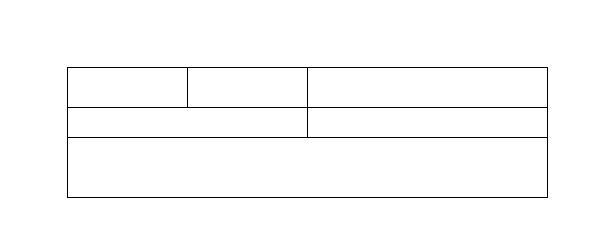
Earlier version of the draw.io diagram 通信报文格式.drawio (PATORITU/PATORITU). Source tidied: cells renumbered, new cells numbered last; positions are measured from the earlier drawing's top-left corner, leaving out a move shared by most shapes. Both pictures are drawn from the tidied source at 100%, with x=0, y=0 at pixel (67, 67).
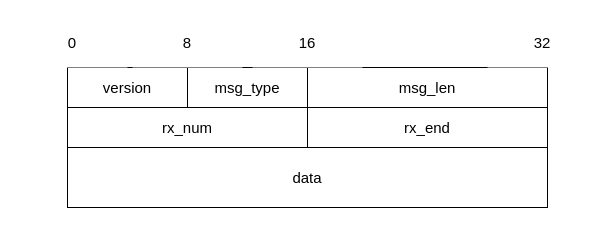
After the change.

Commit message (it also covers changes not shown here):
更新通信报文格式.drawio

The edit, as a diff of the source:
```diff
@@
 <mxGraphModel>
   <root>
     <mxCell id="0" />
     <mxCell id="1" parent="0" />
-    <mxCell id="2" style="rounded=0;whiteSpace=wrap;html=1;" parent="1" vertex="1">
+    <mxCell id="2" value="&lt;font style=&quot;font-size: 15px;&quot;&gt;version&lt;/font&gt;" style="rounded=0;whiteSpace=wrap;html=1;" parent="1" vertex="1">
       <mxGeometry width="120" height="40" as="geometry" />
     </mxCell>
-    <mxCell id="3" style="rounded=0;whiteSpace=wrap;html=1;" parent="1" vertex="1">
+    <mxCell id="3" value="&lt;font style=&quot;font-size: 15px;&quot;&gt;msg_type&lt;/font&gt;" style="rounded=0;whiteSpace=wrap;html=1;" parent="1" vertex="1">
       <mxGeometry x="120" width="120" height="40" as="geometry" />
     </mxCell>
-    <mxCell id="4" style="rounded=0;whiteSpace=wrap;html=1;" parent="1" vertex="1">
+    <mxCell id="4" value="&lt;font style=&quot;font-size: 15px;&quot;&gt;msg_len&lt;/font&gt;" style="rounded=0;whiteSpace=wrap;html=1;" parent="1" vertex="1">
       <mxGeometry x="240" width="240" height="40" as="geometry" />
     </mxCell>
-    <mxCell id="5" style="rounded=0;whiteSpace=wrap;html=1;" parent="1" vertex="1">
-      <mxGeometry y="40" width="240" height="30" as="geometry" />
+    <mxCell id="5" value="&lt;font style=&quot;font-size: 15px;&quot;&gt;rx_num&lt;/font&gt;" style="rounded=0;whiteSpace=wrap;html=1;" parent="1" vertex="1">
+      <mxGeometry y="40" width="240" height="40" as="geometry" />
     </mxCell>
-    <mxCell id="6" style="rounded=0;whiteSpace=wrap;html=1;" parent="1" vertex="1">
-      <mxGeometry x="240" y="40" width="240" height="30" as="geometry" />
+    <mxCell id="6" value="&lt;font style=&quot;font-size: 15px;&quot;&gt;rx_end&lt;/font&gt;" style="rounded=0;whiteSpace=wrap;html=1;" parent="1" vertex="1">
+      <mxGeometry x="240" y="40" width="240" height="40" as="geometry" />
     </mxCell>
-    <mxCell id="7" style="rounded=0;whiteSpace=wrap;html=1;" parent="1" vertex="1">
-      <mxGeometry y="70" width="480" height="60" as="geometry" />
+    <mxCell id="7" value="&lt;font style=&quot;font-size: 15px;&quot;&gt;data&lt;/font&gt;" style="rounded=0;whiteSpace=wrap;html=1;" parent="1" vertex="1">
+      <mxGeometry y="80" width="480" height="60" as="geometry" />
     </mxCell>
+    <mxCell id="8" value="&lt;font style=&quot;font-size: 15px;&quot;&gt;0&lt;/font&gt;" style="rounded=0;whiteSpace=wrap;html=1;strokeColor=none;" parent="1" vertex="1">
+      <mxGeometry x="-50" y="-50" width="110" height="50" as="geometry" />
+    </mxCell>
+    <mxCell id="9" value="&lt;span style=&quot;font-size: 15px;&quot;&gt;16&lt;/span&gt;" style="rounded=0;whiteSpace=wrap;html=1;strokeColor=none;" parent="1" vertex="1">
+      <mxGeometry x="185" y="-50" width="110" height="50" as="geometry" />
+    </mxCell>
+    <mxCell id="10" value="&lt;span style=&quot;font-size: 15px;&quot;&gt;32&lt;/span&gt;" style="rounded=0;whiteSpace=wrap;html=1;strokeColor=none;" parent="1" vertex="1">
+      <mxGeometry x="420" y="-50" width="110" height="50" as="geometry" />
+    </mxCell>
+    <mxCell id="11" value="&lt;span style=&quot;font-size: 15px;&quot;&gt;8&lt;/span&gt;" style="rounded=0;whiteSpace=wrap;html=1;strokeColor=none;" parent="1" vertex="1">
+      <mxGeometry x="65" y="-50" width="110" height="50" as="geometry" />
+    </mxCell>
   </root>
 </mxGraphModel>
```
